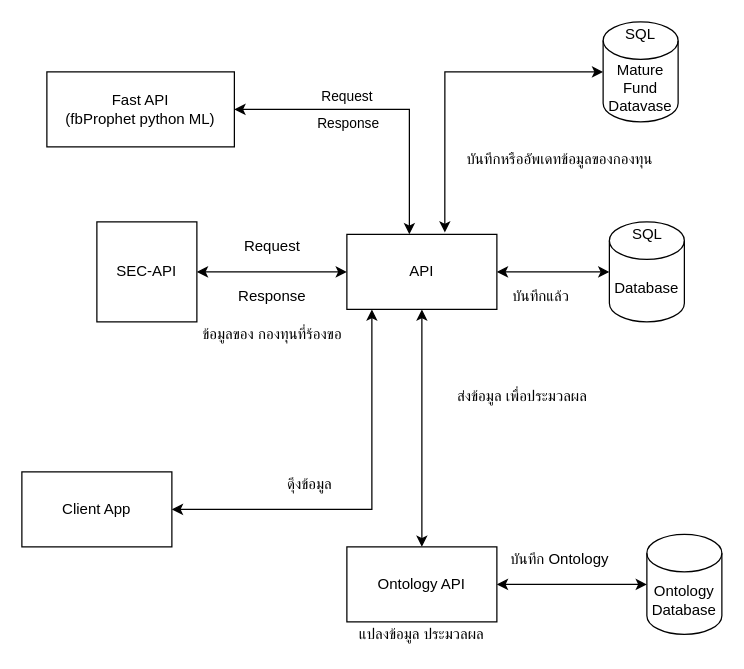
This is Diagram/System-Structure.drawio from onewkub/mutual-fund-api, a draw.io file, before an edit. Source tidied: cells renumbered, new cells numbered last; positions are measured from the earlier drawing's top-left corner, leaving out a move shared by most shapes. Both pictures are drawn from the tidied source at 125%, with x=0, y=0 at pixel (21, 21).
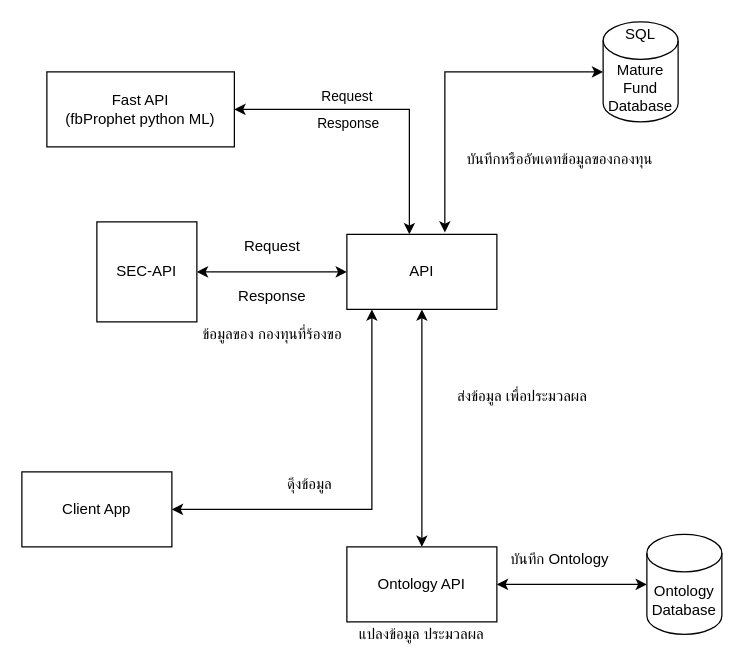
After the change.

Commit message (it also covers changes not shown here):
Edit doc Update system structure diagram

The change refers to these unchanged cells:
```xml
<mxCell id="8" value="API" style="rounded=0;whiteSpace=wrap;html=1;" parent="1" vertex="1">
  <mxGeometry x="260" y="170" width="120" height="60" as="geometry" />
</mxCell>
```

Change to the diagram source:
```diff
@@
-    <mxCell id="2" value="Database" style="shape=cylinder3;whiteSpace=wrap;html=1;boundedLbl=1;backgroundOutline=1;size=15;" parent="1" vertex="1">
-      <mxGeometry x="470" y="160" width="60" height="80" as="geometry" />
-    </mxCell>
@@
-    <mxCell id="4" style="edgeStyle=orthogonalEdgeStyle;rounded=0;jettySize=auto;html=1;startArrow=classic;startFill=1;" parent="1" edge="1" source="8" target="2">
-      <mxGeometry relative="1" as="geometry" />
-    </mxCell>
@@
-    <mxCell id="13" value="บันทึกแล้ว" style="text;html=1;align=center;verticalAlign=middle;" parent="1" vertex="1">
-      <mxGeometry x="380" y="210" width="70" height="20" as="geometry" />
-    </mxCell>
@@
-    <mxCell id="25" value="Mature Fund Datavase" style="shape=cylinder3;whiteSpace=wrap;html=1;boundedLbl=1;backgroundOutline=1;size=15;" parent="1" vertex="1">
+    <mxCell id="25" value="Mature Fund Database" style="shape=cylinder3;whiteSpace=wrap;html=1;boundedLbl=1;backgroundOutline=1;size=15;" parent="1" vertex="1">
       <mxGeometry x="465" width="60" height="80" as="geometry" />
     </mxCell>
-    <mxCell id="26" value="SQL" style="text;html=1;align=center;verticalAlign=middle;" parent="1" vertex="1">
-      <mxGeometry x="480" y="160" width="40" height="20" as="geometry" />
-    </mxCell>
```
